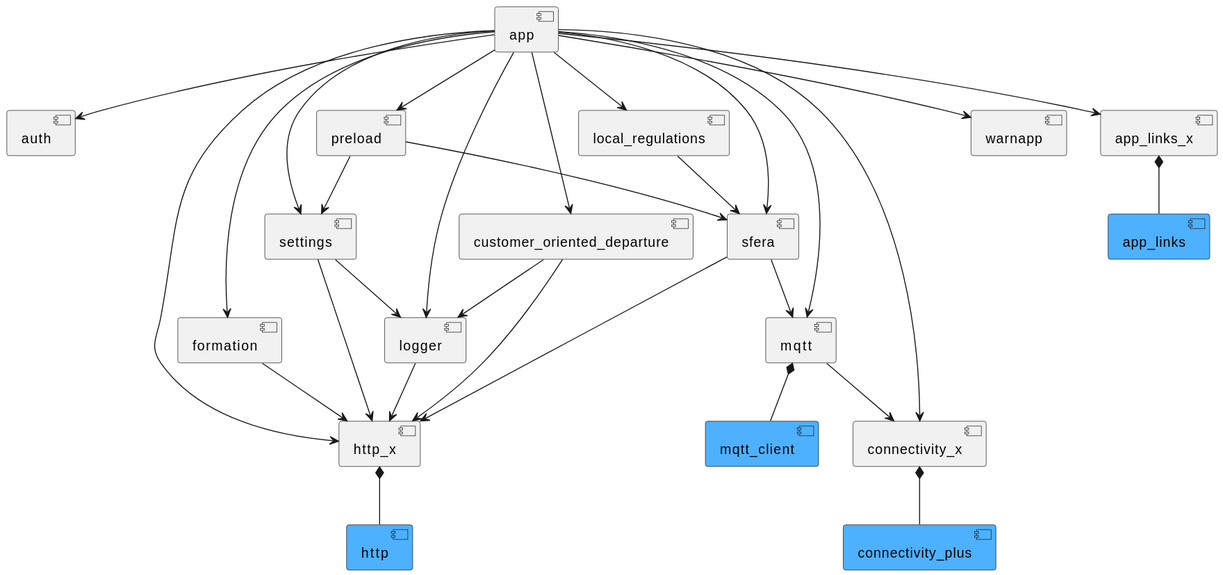
Earlier version of the PlantUML export das_client/components.svg (SchweizerischeBundesbahnen/DAS).
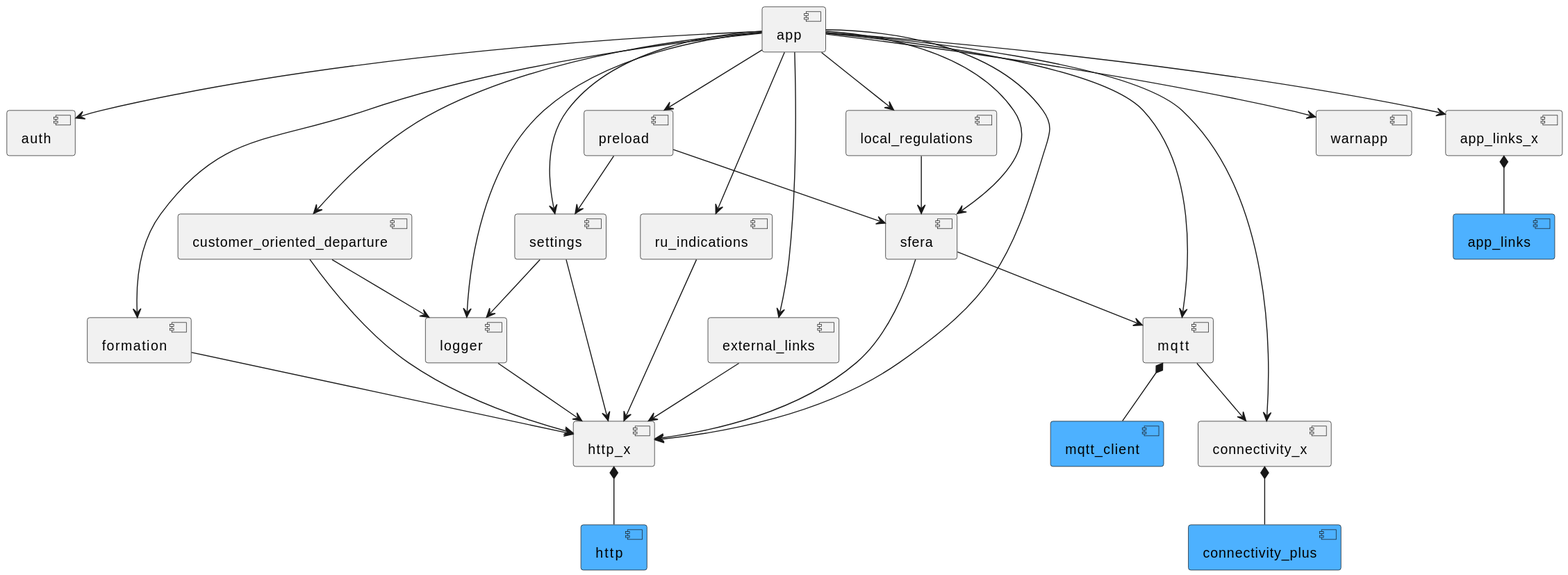
The same file after the commit.

Change to the diagram source:
```diff
@@ -17,6 +17,8 @@
 component app_links_x
 component preload
 component customer_oriented_departure
+component ru_indications
+component external_links
 
 app --> auth
 app --> sfera
@@ -31,6 +33,8 @@
 app --> app_links_x
 app --> preload
 app --> customer_oriented_departure
+app --> ru_indications
+app --> external_links
 
 settings --> http_x
 settings --> logger
@@ -58,4 +62,8 @@
 
 preload --> settings
 preload --> sfera
+
+ru_indications --> http_x
+
+external_links --> http_x
 @enduml
```
